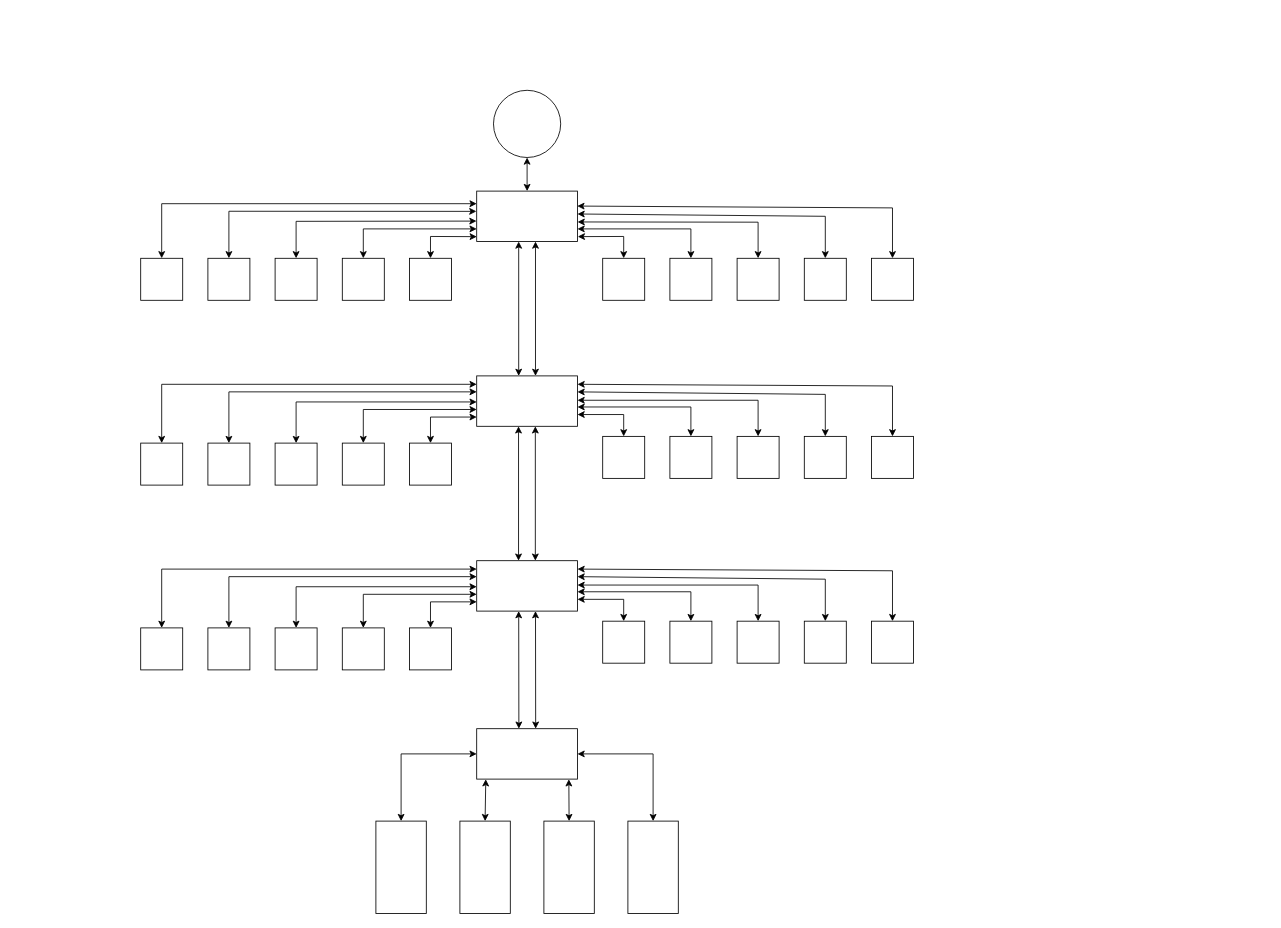
PepegaGranie/Storage keeps this draw.io diagram as diagram.drawio. Above is the earlier version. Source tidied: cells renumbered, new cells numbered last; positions are measured from the earlier drawing's top-left corner, leaving out a move shared by most shapes. Both pictures are drawn from the tidied source at 84%, with x=0, y=0 at pixel (140, 90).
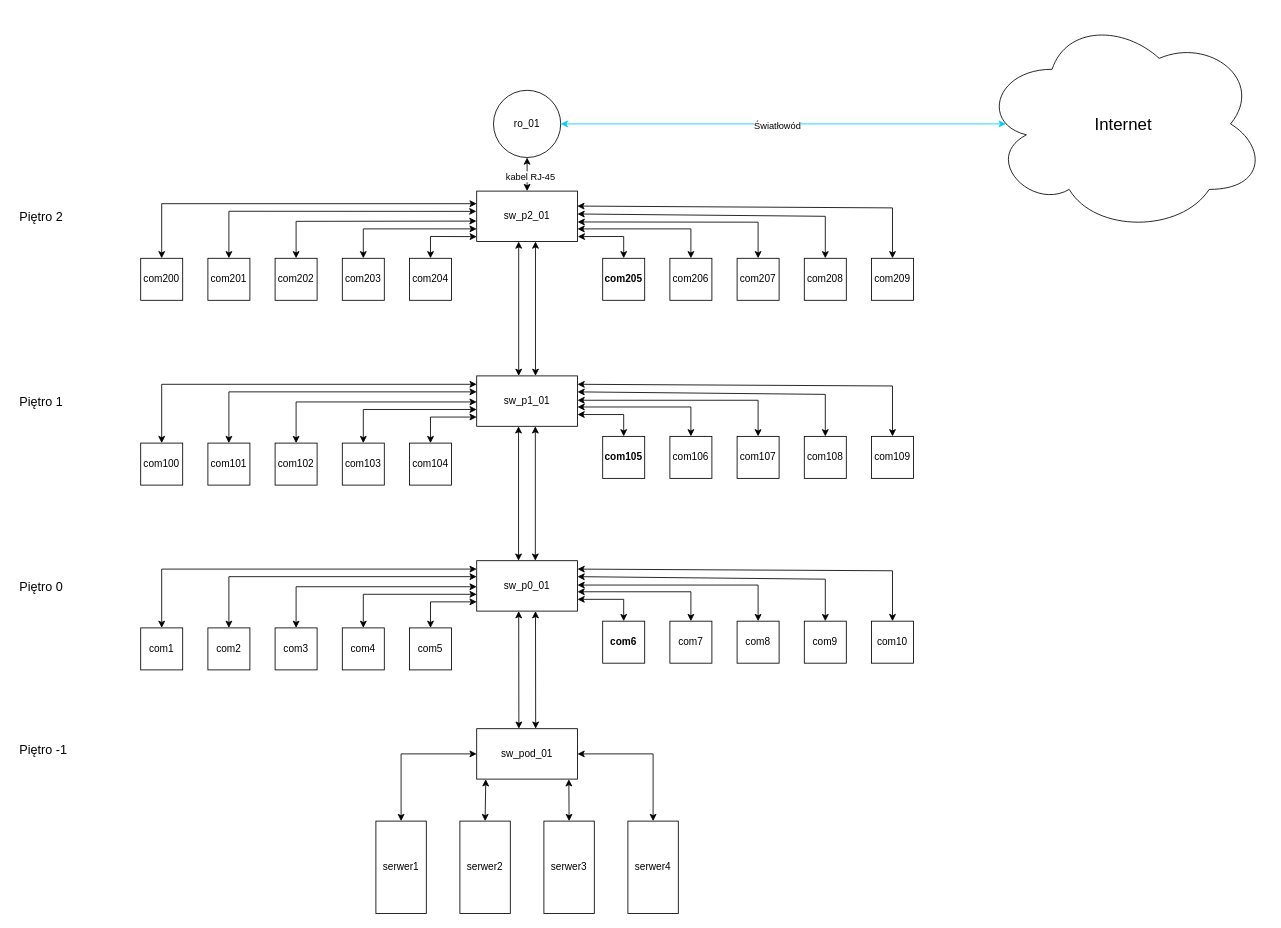
The same page after the edit.

Unchanged cells that the change refers to:
```xml
<mxCell id="7" style="endArrow=classic;startArrow=classic;html=1;rounded=0;entryX=0.5;entryY=1;entryDx=0;entryDy=0;" parent="1" edge="1" target="2">
  <mxGeometry relative="1" as="geometry">
    <mxPoint x="460" y="120" as="sourcePoint" />
  </mxGeometry>
</mxCell>
```

Change to the diagram source:
```diff
@@
-    <mxCell id="2" style="ellipse;whiteSpace=wrap;html=1;" parent="1" vertex="1">
+    <mxCell id="2" value="ro_01" style="ellipse;whiteSpace=wrap;html=1;" parent="1" vertex="1">
       <mxGeometry x="420" width="80" height="80" as="geometry" />
     </mxCell>
-    <mxCell id="3" style="rounded=0;whiteSpace=wrap;html=1;" parent="1" vertex="1">
+    <mxCell id="3" value="sw_p2_01" style="rounded=0;whiteSpace=wrap;html=1;" parent="1" vertex="1">
       <mxGeometry x="400" y="120" width="120" height="60" as="geometry" />
     </mxCell>
-    <mxCell id="4" style="rounded=0;whiteSpace=wrap;html=1;" parent="1" vertex="1">
+    <mxCell id="4" value="sw_p1_01" style="rounded=0;whiteSpace=wrap;html=1;" parent="1" vertex="1">
       <mxGeometry x="400" y="340" width="120" height="60" as="geometry" />
     </mxCell>
-    <mxCell id="5" style="rounded=0;whiteSpace=wrap;html=1;" parent="1" vertex="1">
+    <mxCell id="5" value="sw_p0_01" style="rounded=0;whiteSpace=wrap;html=1;" parent="1" vertex="1">
       <mxGeometry x="400" y="560" width="120" height="60" as="geometry" />
     </mxCell>
-    <mxCell id="6" style="rounded=0;whiteSpace=wrap;html=1;" parent="1" vertex="1">
+    <mxCell id="6" value="sw_pod_01" style="rounded=0;whiteSpace=wrap;html=1;" parent="1" vertex="1">
       <mxGeometry x="400" y="760" width="120" height="60" as="geometry" />
     </mxCell>
@@
+    <mxCell id="82" value="kabel RJ-45" style="edgeLabel;html=1;align=center;verticalAlign=middle;" parent="7" vertex="1">
+      <mxGeometry x="-0.16" y="-3" relative="1" as="geometry">
+        <mxPoint y="-1" as="offset" />
+      </mxGeometry>
+    </mxCell>
@@
-    <mxCell id="9" style="whiteSpace=wrap;html=1;" parent="1" vertex="1">
+    <mxCell id="9" value="com204" style="whiteSpace=wrap;html=1;" parent="1" vertex="1">
       <mxGeometry x="320" y="200" width="50" height="50" as="geometry" />
     </mxCell>
-    <mxCell id="10" style="whiteSpace=wrap;html=1;" parent="1" vertex="1">
+    <mxCell id="10" value="com202" style="whiteSpace=wrap;html=1;" parent="1" vertex="1">
       <mxGeometry x="160" y="200" width="50" height="50" as="geometry" />
     </mxCell>
-    <mxCell id="11" style="whiteSpace=wrap;html=1;" parent="1" vertex="1">
+    <mxCell id="11" value="com203" style="whiteSpace=wrap;html=1;" parent="1" vertex="1">
       <mxGeometry x="240" y="200" width="50" height="50" as="geometry" />
     </mxCell>
-    <mxCell id="12" style="whiteSpace=wrap;html=1;" parent="1" vertex="1">
+    <mxCell id="12" value="com201" style="whiteSpace=wrap;html=1;" parent="1" vertex="1">
       <mxGeometry x="80" y="200" width="50" height="50" as="geometry" />
     </mxCell>
-    <mxCell id="13" style="whiteSpace=wrap;html=1;" parent="1" vertex="1">
+    <mxCell id="13" value="com200" style="whiteSpace=wrap;html=1;" parent="1" vertex="1">
       <mxGeometry y="200" width="50" height="50" as="geometry" />
     </mxCell>
-    <mxCell id="14" style="whiteSpace=wrap;html=1;fontStyle=1;" parent="1" vertex="1">
+    <mxCell id="14" value="com205" style="whiteSpace=wrap;html=1;fontStyle=1;" parent="1" vertex="1">
       <mxGeometry x="550" y="200" width="50" height="50" as="geometry" />
     </mxCell>
-    <mxCell id="15" style="whiteSpace=wrap;html=1;" parent="1" vertex="1">
+    <mxCell id="15" value="com206" style="whiteSpace=wrap;html=1;" parent="1" vertex="1">
       <mxGeometry x="630" y="200" width="50" height="50" as="geometry" />
     </mxCell>
-    <mxCell id="16" style="whiteSpace=wrap;html=1;" parent="1" vertex="1">
+    <mxCell id="16" value="com207" style="whiteSpace=wrap;html=1;" parent="1" vertex="1">
       <mxGeometry x="710" y="200" width="50" height="50" as="geometry" />
     </mxCell>
-    <mxCell id="17" style="whiteSpace=wrap;html=1;" parent="1" vertex="1">
+    <mxCell id="17" value="com208" style="whiteSpace=wrap;html=1;" parent="1" vertex="1">
       <mxGeometry x="790" y="200" width="50" height="50" as="geometry" />
     </mxCell>
-    <mxCell id="18" style="whiteSpace=wrap;html=1;" parent="1" vertex="1">
+    <mxCell id="18" value="com209" style="whiteSpace=wrap;html=1;" parent="1" vertex="1">
       <mxGeometry x="870" y="200" width="50" height="50" as="geometry" />
     </mxCell>
@@
-    <mxCell id="29" style="whiteSpace=wrap;html=1;" parent="1" vertex="1">
+    <mxCell id="29" value="com104" style="whiteSpace=wrap;html=1;" parent="1" vertex="1">
       <mxGeometry x="320" y="420" width="50" height="50" as="geometry" />
     </mxCell>
-    <mxCell id="30" style="whiteSpace=wrap;html=1;" parent="1" vertex="1">
+    <mxCell id="30" value="com102" style="whiteSpace=wrap;html=1;" parent="1" vertex="1">
       <mxGeometry x="160" y="420" width="50" height="50" as="geometry" />
     </mxCell>
-    <mxCell id="31" style="whiteSpace=wrap;html=1;" parent="1" vertex="1">
+    <mxCell id="31" value="&lt;p style=&quot;line-height: 120%;&quot;&gt;com103&lt;/p&gt;" style="whiteSpace=wrap;html=1;" parent="1" vertex="1">
       <mxGeometry x="240" y="420" width="50" height="50" as="geometry" />
     </mxCell>
-    <mxCell id="32" style="whiteSpace=wrap;html=1;" parent="1" vertex="1">
+    <mxCell id="32" value="com101" style="whiteSpace=wrap;html=1;" parent="1" vertex="1">
       <mxGeometry x="80" y="420" width="50" height="50" as="geometry" />
     </mxCell>
-    <mxCell id="33" style="whiteSpace=wrap;html=1;" parent="1" vertex="1">
+    <mxCell id="33" value="com100" style="whiteSpace=wrap;html=1;" parent="1" vertex="1">
       <mxGeometry y="420" width="50" height="50" as="geometry" />
     </mxCell>
@@
-    <mxCell id="39" style="whiteSpace=wrap;html=1;fontStyle=1;" parent="1" vertex="1">
+    <mxCell id="39" value="com105" style="whiteSpace=wrap;html=1;fontStyle=1;" parent="1" vertex="1">
       <mxGeometry x="550" y="412" width="50" height="50" as="geometry" />
     </mxCell>
-    <mxCell id="40" style="whiteSpace=wrap;html=1;" parent="1" vertex="1">
+    <mxCell id="40" value="com106" style="whiteSpace=wrap;html=1;" parent="1" vertex="1">
       <mxGeometry x="630" y="412" width="50" height="50" as="geometry" />
     </mxCell>
-    <mxCell id="41" style="whiteSpace=wrap;html=1;" parent="1" vertex="1">
+    <mxCell id="41" value="com107" style="whiteSpace=wrap;html=1;" parent="1" vertex="1">
       <mxGeometry x="710" y="412" width="50" height="50" as="geometry" />
     </mxCell>
-    <mxCell id="42" style="whiteSpace=wrap;html=1;" parent="1" vertex="1">
+    <mxCell id="42" value="com108" style="whiteSpace=wrap;html=1;" parent="1" vertex="1">
       <mxGeometry x="790" y="412" width="50" height="50" as="geometry" />
     </mxCell>
-    <mxCell id="43" style="whiteSpace=wrap;html=1;" parent="1" vertex="1">
+    <mxCell id="43" value="com109" style="whiteSpace=wrap;html=1;" parent="1" vertex="1">
       <mxGeometry x="870" y="412" width="50" height="50" as="geometry" />
     </mxCell>
@@
-    <mxCell id="49" style="whiteSpace=wrap;html=1;" parent="1" vertex="1">
+    <mxCell id="49" value="com5" style="whiteSpace=wrap;html=1;" parent="1" vertex="1">
       <mxGeometry x="320" y="640" width="50" height="50" as="geometry" />
     </mxCell>
-    <mxCell id="50" style="whiteSpace=wrap;html=1;" parent="1" vertex="1">
+    <mxCell id="50" value="com3" style="whiteSpace=wrap;html=1;" parent="1" vertex="1">
       <mxGeometry x="160" y="640" width="50" height="50" as="geometry" />
     </mxCell>
-    <mxCell id="51" style="whiteSpace=wrap;html=1;" parent="1" vertex="1">
+    <mxCell id="51" value="com4" style="whiteSpace=wrap;html=1;" parent="1" vertex="1">
       <mxGeometry x="240" y="640" width="50" height="50" as="geometry" />
     </mxCell>
-    <mxCell id="52" style="whiteSpace=wrap;html=1;" parent="1" vertex="1">
+    <mxCell id="52" value="com2" style="whiteSpace=wrap;html=1;" parent="1" vertex="1">
       <mxGeometry x="80" y="640" width="50" height="50" as="geometry" />
     </mxCell>
-    <mxCell id="53" style="whiteSpace=wrap;html=1;" parent="1" vertex="1">
+    <mxCell id="53" value="com1" style="whiteSpace=wrap;html=1;" parent="1" vertex="1">
       <mxGeometry y="640" width="50" height="50" as="geometry" />
     </mxCell>
@@
-    <mxCell id="59" style="whiteSpace=wrap;html=1;fontStyle=1;" parent="1" vertex="1">
+    <mxCell id="59" value="com6" style="whiteSpace=wrap;html=1;fontStyle=1;" parent="1" vertex="1">
       <mxGeometry x="550" y="632" width="50" height="50" as="geometry" />
     </mxCell>
-    <mxCell id="60" style="whiteSpace=wrap;html=1;" parent="1" vertex="1">
+    <mxCell id="60" value="com7" style="whiteSpace=wrap;html=1;" parent="1" vertex="1">
       <mxGeometry x="630" y="632" width="50" height="50" as="geometry" />
     </mxCell>
-    <mxCell id="61" style="whiteSpace=wrap;html=1;" parent="1" vertex="1">
+    <mxCell id="61" value="com8" style="whiteSpace=wrap;html=1;" parent="1" vertex="1">
       <mxGeometry x="710" y="632" width="50" height="50" as="geometry" />
     </mxCell>
-    <mxCell id="62" style="whiteSpace=wrap;html=1;" parent="1" vertex="1">
+    <mxCell id="62" value="com9" style="whiteSpace=wrap;html=1;" parent="1" vertex="1">
       <mxGeometry x="790" y="632" width="50" height="50" as="geometry" />
     </mxCell>
-    <mxCell id="63" style="whiteSpace=wrap;html=1;" parent="1" vertex="1">
+    <mxCell id="63" value="com10" style="whiteSpace=wrap;html=1;" parent="1" vertex="1">
       <mxGeometry x="870" y="632" width="50" height="50" as="geometry" />
     </mxCell>
@@
-    <mxCell id="74" style="rounded=0;whiteSpace=wrap;html=1;" parent="1" vertex="1">
+    <mxCell id="74" value="serwer1" style="rounded=0;whiteSpace=wrap;html=1;" parent="1" vertex="1">
       <mxGeometry x="280" y="870" width="60" height="110" as="geometry" />
     </mxCell>
-    <mxCell id="75" style="rounded=0;whiteSpace=wrap;html=1;" parent="1" vertex="1">
+    <mxCell id="75" value="serwer2" style="rounded=0;whiteSpace=wrap;html=1;" parent="1" vertex="1">
       <mxGeometry x="380" y="870" width="60" height="110" as="geometry" />
     </mxCell>
-    <mxCell id="76" style="rounded=0;whiteSpace=wrap;html=1;" parent="1" vertex="1">
+    <mxCell id="76" value="serwer3" style="rounded=0;whiteSpace=wrap;html=1;" parent="1" vertex="1">
       <mxGeometry x="480" y="870" width="60" height="110" as="geometry" />
     </mxCell>
-    <mxCell id="77" style="rounded=0;whiteSpace=wrap;html=1;" parent="1" vertex="1">
+    <mxCell id="77" value="serwer4" style="rounded=0;whiteSpace=wrap;html=1;" parent="1" vertex="1">
       <mxGeometry x="580" y="870" width="60" height="110" as="geometry" />
     </mxCell>
@@
+    <mxCell id="83" style="endArrow=classic;startArrow=classic;html=1;rounded=0;exitX=1;exitY=0.5;exitDx=0;exitDy=0;fillColor=#dae8fc;strokeColor=#00ccff;" parent="1" edge="1" source="2">
+      <mxGeometry relative="1" as="geometry">
+        <mxPoint x="1030" y="40" as="targetPoint" />
+      </mxGeometry>
+    </mxCell>
+    <mxCell id="84" value="Światłowód" style="edgeLabel;html=1;align=center;verticalAlign=middle;" parent="83" vertex="1">
+      <mxGeometry x="-0.03" y="-1" relative="1" as="geometry" />
+    </mxCell>
+    <mxCell id="85" value="&lt;font style=&quot;font-size: 20px;&quot;&gt;Internet&lt;/font&gt;" style="ellipse;shape=cloud;whiteSpace=wrap;html=1;" parent="1" vertex="1">
+      <mxGeometry x="1000" y="-90" width="340" height="260" as="geometry" />
+    </mxCell>
+    <mxCell id="86" value="&lt;font style=&quot;font-size: 15px;&quot;&gt;Piętro -1&lt;/font&gt;" style="text;strokeColor=none;fillColor=none;align=left;verticalAlign=middle;spacingLeft=4;spacingRight=4;overflow=hidden;whiteSpace=wrap;html=1;" parent="1" vertex="1">
+      <mxGeometry x="-150" y="770" width="80" height="30" as="geometry" />
+    </mxCell>
+    <mxCell id="87" value="&lt;span style=&quot;font-size: 15px;&quot;&gt;Piętro 0&lt;br&gt;&lt;/span&gt;" style="text;strokeColor=none;fillColor=none;align=left;verticalAlign=middle;spacingLeft=4;spacingRight=4;overflow=hidden;whiteSpace=wrap;html=1;" parent="1" vertex="1">
+      <mxGeometry x="-150" y="575" width="80" height="30" as="geometry" />
+    </mxCell>
+    <mxCell id="88" value="&lt;font style=&quot;font-size: 15px;&quot;&gt;Piętro 1&lt;/font&gt;" style="text;strokeColor=none;fillColor=none;align=left;verticalAlign=middle;spacingLeft=4;spacingRight=4;overflow=hidden;whiteSpace=wrap;html=1;" parent="1" vertex="1">
+      <mxGeometry x="-150" y="355" width="80" height="30" as="geometry" />
+    </mxCell>
+    <mxCell id="89" value="&lt;font style=&quot;font-size: 15px;&quot;&gt;Piętro 2&lt;br&gt;&lt;/font&gt;" style="text;strokeColor=none;fillColor=none;align=left;verticalAlign=middle;spacingLeft=4;spacingRight=4;overflow=hidden;whiteSpace=wrap;html=1;" parent="1" vertex="1">
+      <mxGeometry x="-150" y="135" width="80" height="30" as="geometry" />
+    </mxCell>
```
